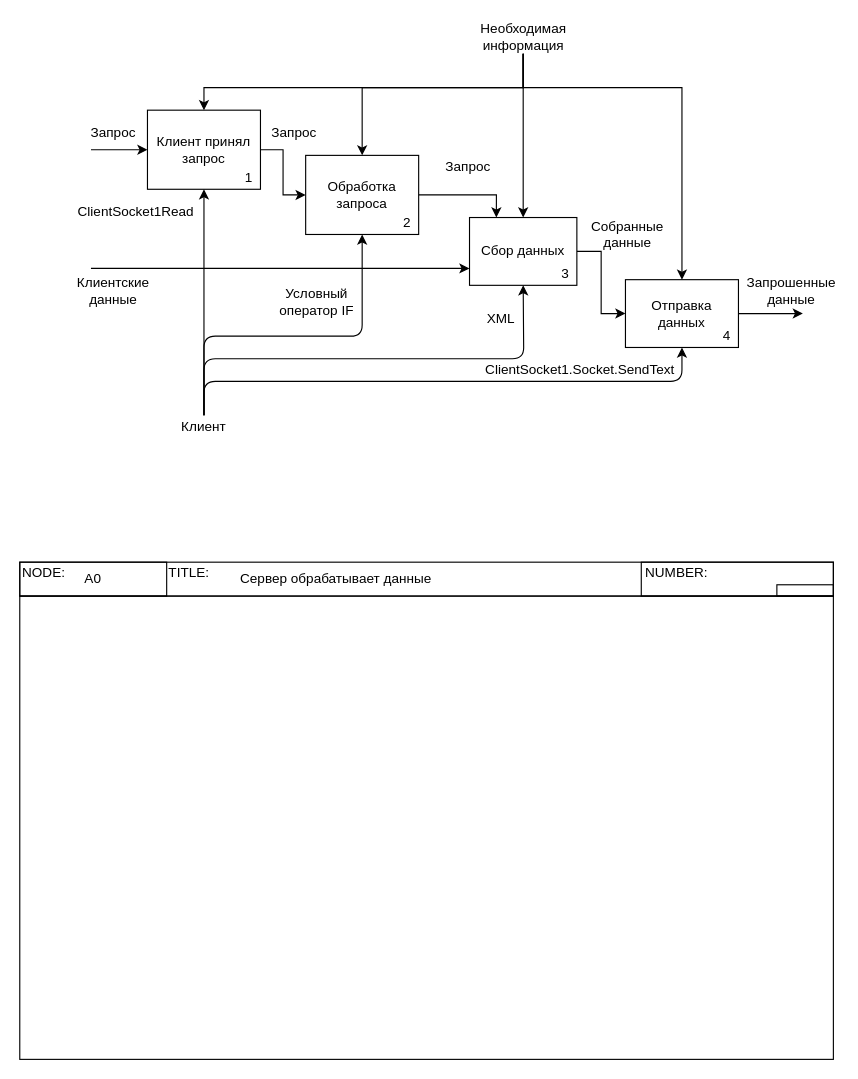
Above: Сервер обрабатывает данные.drawio in OhotnikovV/AvIS (draw.io), before the change. Source tidied: cells renumbered, new cells numbered last; positions are measured from the earlier drawing's top-left corner, leaving out a move shared by most shapes. Both pictures are drawn from the tidied source at 113%, with x=0, y=0 at pixel (19, 19).
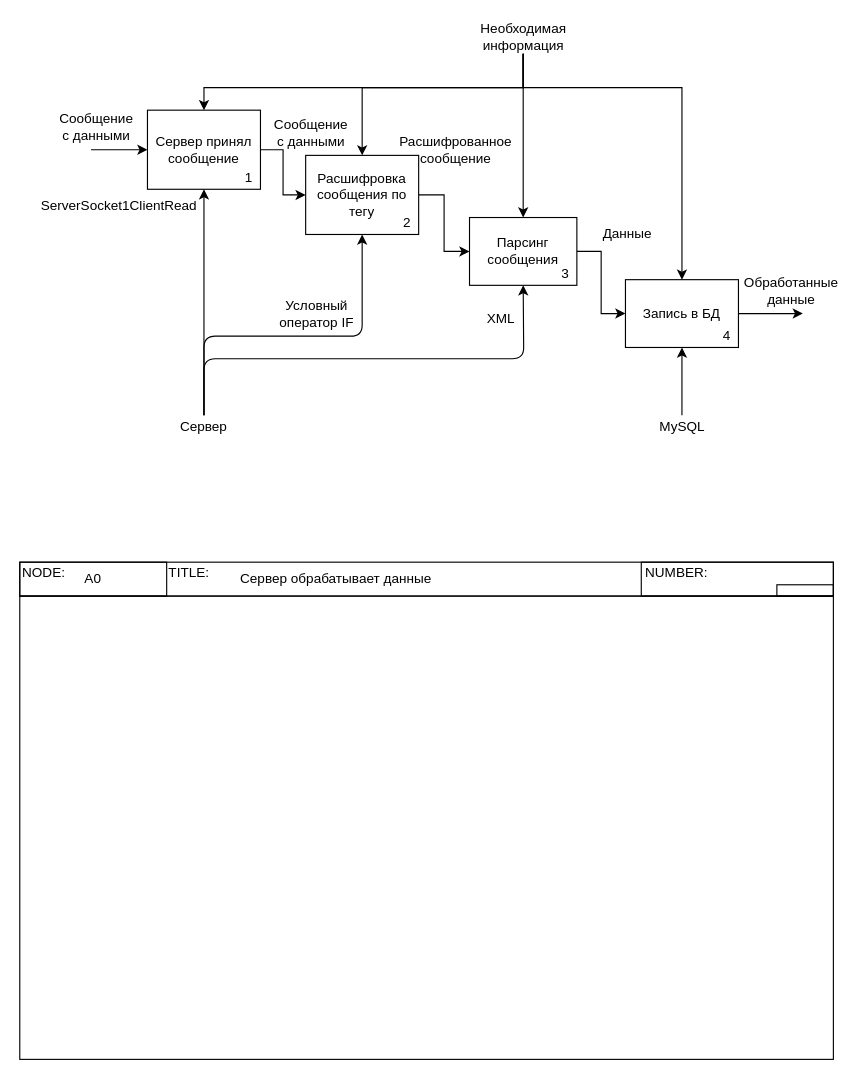
Above is the later version.

Diff of the diagram source:
```diff
@@
-    <mxCell id="3" value="Клиент принял запрос" style="rounded=0;whiteSpace=wrap;html=1;" parent="1" vertex="1">
+    <mxCell id="3" value="Сервер принял сообщение" style="rounded=0;whiteSpace=wrap;html=1;" parent="1" vertex="1">
       <mxGeometry x="113" y="80" width="100" height="70" as="geometry" />
     </mxCell>
@@
-    <mxCell id="6" value="Сбор данных" style="rounded=0;whiteSpace=wrap;html=1;" parent="1" vertex="1">
+    <mxCell id="6" value="Парсинг сообщения" style="rounded=0;whiteSpace=wrap;html=1;" parent="1" vertex="1">
       <mxGeometry x="398" y="175" width="95" height="60" as="geometry" />
     </mxCell>
@@
-    <mxCell id="9" value="Отправка данных" style="rounded=0;whiteSpace=wrap;html=1;" parent="1" vertex="1">
+    <mxCell id="9" value="Запись в БД" style="rounded=0;whiteSpace=wrap;html=1;" parent="1" vertex="1">
       <mxGeometry x="536" y="230" width="100" height="60" as="geometry" />
     </mxCell>
-    <mxCell id="10" style="edgeStyle=orthogonalEdgeStyle;rounded=0;jettySize=auto;html=1;exitX=1;exitY=0.5;exitDx=0;exitDy=0;entryX=0.25;entryY=0;entryDx=0;entryDy=0;" parent="1" edge="1" source="11" target="6">
+    <mxCell id="10" style="edgeStyle=orthogonalEdgeStyle;rounded=0;jettySize=auto;html=1;exitX=1;exitY=0.5;exitDx=0;exitDy=0;entryX=0;entryY=0.5;entryDx=0;entryDy=0;" parent="1" edge="1" source="11" target="6">
       <mxGeometry relative="1" as="geometry" />
     </mxCell>
-    <mxCell id="11" value="Обработка запроса" style="rounded=0;whiteSpace=wrap;html=1;" parent="1" vertex="1">
+    <mxCell id="11" value="Расшифровка сообщения по тегу" style="rounded=0;whiteSpace=wrap;html=1;" parent="1" vertex="1">
       <mxGeometry x="253" y="120" width="100" height="70" as="geometry" />
     </mxCell>
@@
-    <mxCell id="13" value="Собранные данные" style="text;html=1;strokeColor=none;fillColor=none;align=center;verticalAlign=middle;whiteSpace=wrap;rounded=0;" parent="1" vertex="1">
+    <mxCell id="13" value="Данные" style="text;html=1;strokeColor=none;fillColor=none;align=center;verticalAlign=middle;whiteSpace=wrap;rounded=0;" parent="1" vertex="1">
       <mxGeometry x="503" y="175" width="70" height="30" as="geometry" />
     </mxCell>
-    <mxCell id="14" value="Клиентские данные" style="text;html=1;strokeColor=none;fillColor=none;align=center;verticalAlign=middle;whiteSpace=wrap;rounded=0;" parent="1" vertex="1">
-      <mxGeometry x="48" y="225" width="70" height="30" as="geometry" />
-    </mxCell>
-    <mxCell id="15" style="endArrow=classic;html=1;entryX=0;entryY=0.75;entryDx=0;entryDy=0;" parent="1" edge="1" target="6">
-      <mxGeometry relative="1" as="geometry">
-        <mxPoint x="63" y="220" as="sourcePoint" />
-      </mxGeometry>
-    </mxCell>
-    <mxCell id="16" value="Запрошенные данные" style="text;html=1;strokeColor=none;fillColor=none;align=center;verticalAlign=middle;whiteSpace=wrap;rounded=0;" parent="1" vertex="1">
+    <mxCell id="16" value="Обработанные данные" style="text;html=1;strokeColor=none;fillColor=none;align=center;verticalAlign=middle;whiteSpace=wrap;rounded=0;" parent="1" vertex="1">
       <mxGeometry x="663" y="230" width="40" height="20" as="geometry" />
     </mxCell>
@@
-    <mxCell id="18" value="Клиент" style="text;html=1;strokeColor=none;fillColor=none;align=center;verticalAlign=middle;whiteSpace=wrap;rounded=0;" parent="1" vertex="1">
+    <mxCell id="18" value="Сервер" style="text;html=1;strokeColor=none;fillColor=none;align=center;verticalAlign=middle;whiteSpace=wrap;rounded=0;" parent="1" vertex="1">
       <mxGeometry x="143" y="350" width="40" height="20" as="geometry" />
     </mxCell>
@@
-    <mxCell id="30" value="Запрос" style="text;html=1;strokeColor=none;fillColor=none;align=center;verticalAlign=middle;whiteSpace=wrap;rounded=0;" parent="1" vertex="1">
-      <mxGeometry x="63" y="90" width="40" height="20" as="geometry" />
-    </mxCell>
-    <mxCell id="31" value="Запрос" style="text;html=1;strokeColor=none;fillColor=none;align=center;verticalAlign=middle;whiteSpace=wrap;rounded=0;" parent="1" vertex="1">
-      <mxGeometry x="367" y="110" width="60" height="40" as="geometry" />
+    <mxCell id="31" value="Расшифрованное сообщение" style="text;html=1;strokeColor=none;fillColor=none;align=center;verticalAlign=middle;whiteSpace=wrap;rounded=0;" parent="1" vertex="1">
+      <mxGeometry x="353" y="95" width="66" height="40" as="geometry" />
     </mxCell>
@@
-    <mxCell id="37" value="Запрос" style="text;html=1;strokeColor=none;fillColor=none;align=center;verticalAlign=middle;whiteSpace=wrap;rounded=0;" parent="1" vertex="1">
-      <mxGeometry x="223" y="90" width="40" height="20" as="geometry" />
+    <mxCell id="37" value="Сообщение с данными" style="text;html=1;strokeColor=none;fillColor=none;align=center;verticalAlign=middle;whiteSpace=wrap;rounded=0;" parent="1" vertex="1">
+      <mxGeometry x="223" y="90" width="70" height="20" as="geometry" />
     </mxCell>
-    <mxCell id="38" value="&lt;span style=&quot;text-align: left&quot;&gt;ClientSocket1Read&lt;/span&gt;" style="text;html=1;strokeColor=none;fillColor=none;align=center;verticalAlign=middle;whiteSpace=wrap;rounded=0;" parent="1" vertex="1">
-      <mxGeometry x="48" y="160" width="110" height="20" as="geometry" />
+    <mxCell id="38" value="&lt;div style=&quot;text-align: left&quot;&gt;&lt;span&gt;ServerSocket1ClientRead&lt;/span&gt;&lt;/div&gt;" style="text;html=1;strokeColor=none;fillColor=none;align=center;verticalAlign=middle;whiteSpace=wrap;rounded=0;" parent="1" vertex="1">
+      <mxGeometry x="33" y="155" width="110" height="20" as="geometry" />
     </mxCell>
     <mxCell id="39" style="endArrow=classic;html=1;entryX=0.5;entryY=1;entryDx=0;entryDy=0;" parent="1" edge="1" target="9">
       <mxGeometry relative="1" as="geometry">
-        <mxPoint x="163" y="350" as="sourcePoint" />
+        <mxPoint x="586" y="350" as="sourcePoint" />
         <Array as="points">
-          <mxPoint x="163" y="320" />
           <mxPoint x="586" y="320" />
         </Array>
       </mxGeometry>
     </mxCell>
-    <mxCell id="40" value="ClientSocket1.Socket.SendText" style="text;html=1;strokeColor=none;fillColor=none;align=center;verticalAlign=middle;whiteSpace=wrap;rounded=0;" parent="1" vertex="1">
-      <mxGeometry x="405.5" y="300" width="180" height="20" as="geometry" />
+    <mxCell id="40" value="MySQL" style="text;html=1;strokeColor=none;fillColor=none;align=center;verticalAlign=middle;whiteSpace=wrap;rounded=0;" parent="1" vertex="1">
+      <mxGeometry x="563.5" y="350" width="45" height="20" as="geometry" />
     </mxCell>
@@
     <mxCell id="45" value="Условный оператор IF" style="text;html=1;strokeColor=none;fillColor=none;align=center;verticalAlign=middle;whiteSpace=wrap;rounded=0;" parent="1" vertex="1">
-      <mxGeometry x="213" y="235" width="100" height="30" as="geometry" />
+      <mxGeometry x="213" y="245" width="100" height="30" as="geometry" />
     </mxCell>
+    <mxCell id="46" style="text;html=1;align=center;verticalAlign=middle;" parent="1" vertex="1">
+      <mxGeometry x="52" y="68" width="20" height="20" as="geometry" />
+    </mxCell>
+    <mxCell id="47" value="Сообщение с данными" style="text;html=1;strokeColor=none;fillColor=none;align=center;verticalAlign=middle;whiteSpace=wrap;rounded=0;" parent="1" vertex="1">
+      <mxGeometry x="33" y="80" width="70" height="30" as="geometry" />
+    </mxCell>
```
